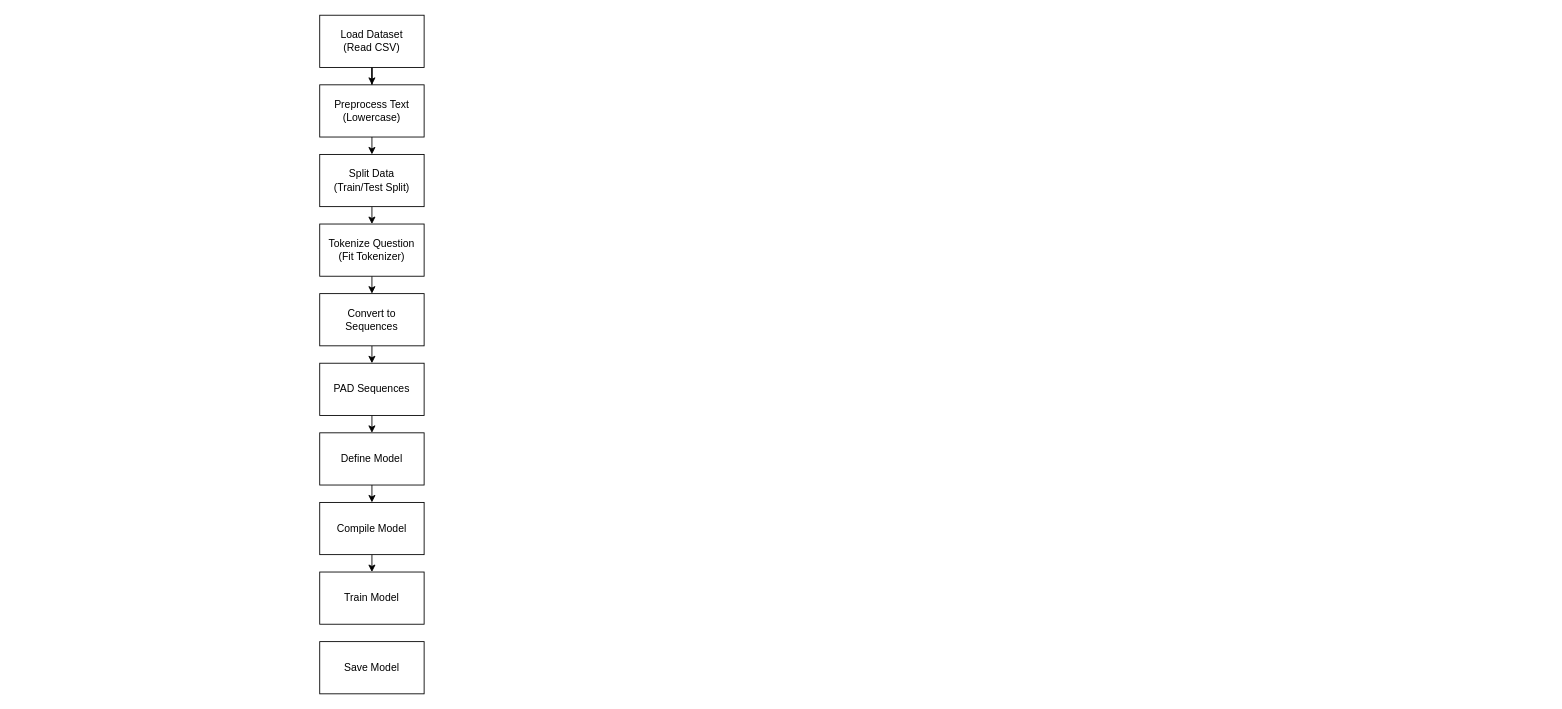
Above: Data_preprocessing.drawio in parmarjh/phoenix-onboarding-chatbot (draw.io), before the change. Source tidied: cells renumbered, new cells numbered last; positions are measured from the earlier drawing's top-left corner, leaving out a move shared by most shapes. Both pictures are drawn from the tidied source at 87%, with x=0, y=0 at pixel (319, 15).
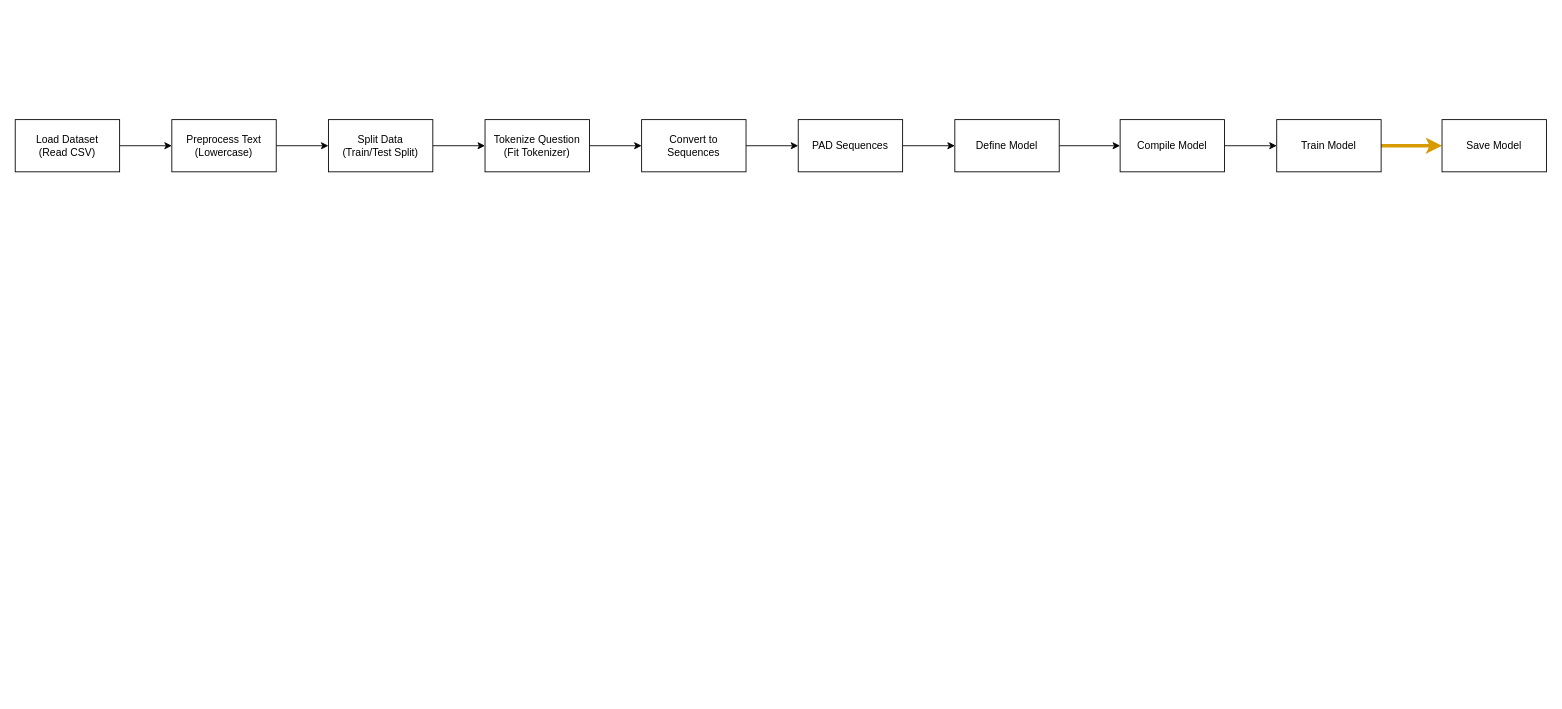
Above is the later version.

Diff of the diagram source:
```diff
@@
-    <mxCell id="2" style="edgeStyle=orthogonalEdgeStyle;rounded=0;jettySize=auto;html=1;exitX=0.5;exitY=1;exitDx=0;exitDy=0;" parent="1" edge="1" source="3" target="5">
+    <mxCell id="2" style="edgeStyle=orthogonalEdgeStyle;rounded=0;jettySize=auto;html=1;exitX=1;exitY=0.5;exitDx=0;exitDy=0;entryX=0;entryY=0.5;entryDx=0;entryDy=0;" parent="1" edge="1" source="3" target="5">
       <mxGeometry relative="1" as="geometry" />
     </mxCell>
     <mxCell id="3" value="Load Dataset&lt;div&gt;(Read CSV)&lt;/div&gt;" style="rounded=0;whiteSpace=wrap;html=1;" parent="1" vertex="1">
-      <mxGeometry width="120" height="60" as="geometry" />
+      <mxGeometry x="-350" y="120" width="120" height="60" as="geometry" />
     </mxCell>
-    <mxCell id="4" style="edgeStyle=orthogonalEdgeStyle;rounded=0;jettySize=auto;html=1;exitX=0.5;exitY=1;exitDx=0;exitDy=0;entryX=0.5;entryY=0;entryDx=0;entryDy=0;" parent="1" edge="1" source="5" target="7">
+    <mxCell id="4" style="edgeStyle=orthogonalEdgeStyle;rounded=0;jettySize=auto;html=1;" parent="1" edge="1" source="5" target="7">
       <mxGeometry relative="1" as="geometry" />
     </mxCell>
     <mxCell id="5" value="Preprocess Text&lt;div&gt;(Lowercase)&lt;/div&gt;" style="rounded=0;whiteSpace=wrap;html=1;" parent="1" vertex="1">
-      <mxGeometry y="80" width="120" height="60" as="geometry" />
+      <mxGeometry x="-170" y="120" width="120" height="60" as="geometry" />
     </mxCell>
-    <mxCell id="6" style="edgeStyle=orthogonalEdgeStyle;rounded=0;jettySize=auto;html=1;exitX=0.5;exitY=1;exitDx=0;exitDy=0;entryX=0.5;entryY=0;entryDx=0;entryDy=0;" parent="1" edge="1" source="7" target="9">
+    <mxCell id="6" style="edgeStyle=orthogonalEdgeStyle;rounded=0;jettySize=auto;html=1;" parent="1" edge="1" source="7" target="9">
       <mxGeometry relative="1" as="geometry" />
     </mxCell>
     <mxCell id="7" value="Split Data&lt;div&gt;(Train/Test Split)&lt;/div&gt;" style="rounded=0;whiteSpace=wrap;html=1;" parent="1" vertex="1">
-      <mxGeometry y="160" width="120" height="60" as="geometry" />
+      <mxGeometry x="10" y="120" width="120" height="60" as="geometry" />
     </mxCell>
-    <mxCell id="8" style="edgeStyle=orthogonalEdgeStyle;rounded=0;jettySize=auto;html=1;exitX=0.5;exitY=1;exitDx=0;exitDy=0;entryX=0.5;entryY=0;entryDx=0;entryDy=0;" parent="1" edge="1" source="9" target="11">
+    <mxCell id="8" style="edgeStyle=orthogonalEdgeStyle;rounded=0;jettySize=auto;html=1;" parent="1" edge="1" source="9" target="11">
       <mxGeometry relative="1" as="geometry" />
     </mxCell>
     <mxCell id="9" value="Tokenize Question&lt;div&gt;(Fit Tokenizer)&lt;/div&gt;" style="rounded=0;whiteSpace=wrap;html=1;" parent="1" vertex="1">
-      <mxGeometry y="240" width="120" height="60" as="geometry" />
+      <mxGeometry x="190" y="120" width="120" height="60" as="geometry" />
     </mxCell>
-    <mxCell id="10" style="edgeStyle=orthogonalEdgeStyle;rounded=0;jettySize=auto;html=1;exitX=0.5;exitY=1;exitDx=0;exitDy=0;entryX=0.5;entryY=0;entryDx=0;entryDy=0;" parent="1" edge="1" source="11" target="13">
+    <mxCell id="10" style="edgeStyle=orthogonalEdgeStyle;rounded=0;jettySize=auto;html=1;" parent="1" edge="1" source="11" target="13">
       <mxGeometry relative="1" as="geometry" />
     </mxCell>
     <mxCell id="11" value="Convert to Sequences" style="rounded=0;whiteSpace=wrap;html=1;" parent="1" vertex="1">
-      <mxGeometry y="320" width="120" height="60" as="geometry" />
+      <mxGeometry x="370" y="120" width="120" height="60" as="geometry" />
     </mxCell>
-    <mxCell id="12" style="edgeStyle=orthogonalEdgeStyle;rounded=0;jettySize=auto;html=1;exitX=0.5;exitY=1;exitDx=0;exitDy=0;entryX=0.5;entryY=0;entryDx=0;entryDy=0;" parent="1" edge="1" source="13" target="15">
+    <mxCell id="12" style="edgeStyle=orthogonalEdgeStyle;rounded=0;jettySize=auto;html=1;" parent="1" edge="1" source="13" target="15">
       <mxGeometry relative="1" as="geometry" />
     </mxCell>
     <mxCell id="13" value="PAD Sequences" style="rounded=0;whiteSpace=wrap;html=1;" parent="1" vertex="1">
-      <mxGeometry y="400" width="120" height="60" as="geometry" />
+      <mxGeometry x="550" y="120" width="120" height="60" as="geometry" />
     </mxCell>
-    <mxCell id="14" style="edgeStyle=orthogonalEdgeStyle;rounded=0;jettySize=auto;html=1;exitX=0.5;exitY=1;exitDx=0;exitDy=0;entryX=0.5;entryY=0;entryDx=0;entryDy=0;" parent="1" edge="1" source="15" target="17">
+    <mxCell id="14" style="edgeStyle=orthogonalEdgeStyle;rounded=0;jettySize=auto;html=1;" parent="1" edge="1" source="15" target="17">
       <mxGeometry relative="1" as="geometry" />
     </mxCell>
     <mxCell id="15" value="Define Model" style="rounded=0;whiteSpace=wrap;html=1;" parent="1" vertex="1">
-      <mxGeometry y="480" width="120" height="60" as="geometry" />
+      <mxGeometry x="730" y="120" width="120" height="60" as="geometry" />
     </mxCell>
-    <mxCell id="16" style="edgeStyle=orthogonalEdgeStyle;rounded=0;jettySize=auto;html=1;exitX=0.5;exitY=1;exitDx=0;exitDy=0;entryX=0.5;entryY=0;entryDx=0;entryDy=0;" parent="1" edge="1" source="17" target="18">
+    <mxCell id="16" style="edgeStyle=orthogonalEdgeStyle;rounded=0;jettySize=auto;html=1;" parent="1" edge="1" source="17" target="18">
       <mxGeometry relative="1" as="geometry" />
     </mxCell>
     <mxCell id="17" value="Compile Model" style="rounded=0;whiteSpace=wrap;html=1;" parent="1" vertex="1">
-      <mxGeometry y="560" width="120" height="60" as="geometry" />
+      <mxGeometry x="920" y="120" width="120" height="60" as="geometry" />
     </mxCell>
+    <mxCell id="20" style="edgeStyle=orthogonalEdgeStyle;rounded=0;jettySize=auto;html=1;fillColor=#ffcd28;strokeColor=#d79b00;gradientColor=#ffa500;strokeWidth=4;" parent="1" edge="1" source="18" target="19">
+      <mxGeometry relative="1" as="geometry" />
+    </mxCell>
     <mxCell id="18" value="Train Model" style="rounded=0;whiteSpace=wrap;html=1;" parent="1" vertex="1">
-      <mxGeometry y="640" width="120" height="60" as="geometry" />
+      <mxGeometry x="1100" y="120" width="120" height="60" as="geometry" />
     </mxCell>
     <mxCell id="19" value="Save Model" style="rounded=0;whiteSpace=wrap;html=1;" parent="1" vertex="1">
-      <mxGeometry y="720" width="120" height="60" as="geometry" />
+      <mxGeometry x="1290" y="120" width="120" height="60" as="geometry" />
     </mxCell>
```
